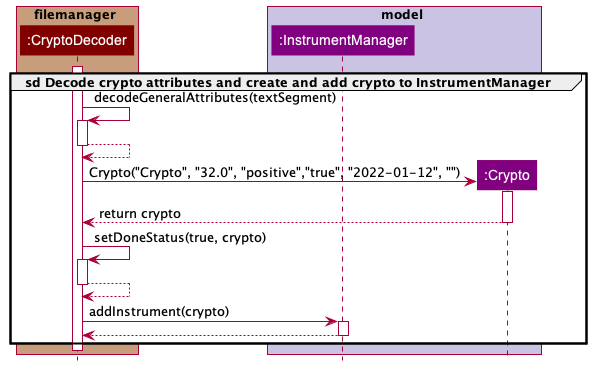
Above: docs/images/FileManagerRefDiagCryptoDecoder.png in williamlamjy/mTracker (PlantUML), before the change. Its diagram source:
```plantuml
@startuml
!include Styles.puml

group sd Decode crypto attributes and create and add crypto to InstrumentManager
box filemanager COLOR_STORAGE_SEGMENT
participant ":CryptoDecoder" as CryptoDecoder COLOR_STORAGE
end box

box model COLOR_MODEL_SEGMENT
participant ":InstrumentManager" as InstrumentManager COLOR_MODEL
participant ":Crypto" as Crypto COLOR_MODEL
end box


activate CryptoDecoder

CryptoDecoder-> CryptoDecoder: decodeGeneralAttributes(textSegment)
activate CryptoDecoder
CryptoDecoder--> CryptoDecoder
deactivate CryptoDecoder

create Crypto
CryptoDecoder-> Crypto: Crypto("Crypto", "32.0", "positive","true", "2022-01-12", "")
activate Crypto


Crypto--> CryptoDecoder: return crypto
deactivate Crypto

CryptoDecoder-> CryptoDecoder: setDoneStatus(true, crypto)
activate CryptoDecoder
CryptoDecoder--> CryptoDecoder
deactivate CryptoDecoder

CryptoDecoder-> InstrumentManager: addInstrument(crypto)
activate InstrumentManager

InstrumentManager--> CryptoDecoder
deactivate InstrumentManager

end

deactivate CryptoDecoder

@enduml
```
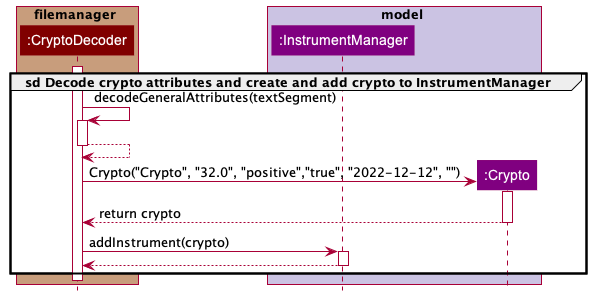
The same file after the commit.

The edit, as a diff of the source:
```diff
@@ -20,17 +20,14 @@
 deactivate CryptoDecoder
 
 create Crypto
-CryptoDecoder-> Crypto: Crypto("Crypto", "32.0", "positive","true", "2022-01-12", "")
+CryptoDecoder-> Crypto: Crypto("Crypto", "32.0", "positive","true", "2022-12-12", "")
 activate Crypto
 
 
 Crypto--> CryptoDecoder: return crypto
 deactivate Crypto
 
-CryptoDecoder-> CryptoDecoder: setDoneStatus(true, crypto)
-activate CryptoDecoder
-CryptoDecoder--> CryptoDecoder
-deactivate CryptoDecoder
+
 
 CryptoDecoder-> InstrumentManager: addInstrument(crypto)
 activate InstrumentManager
```
